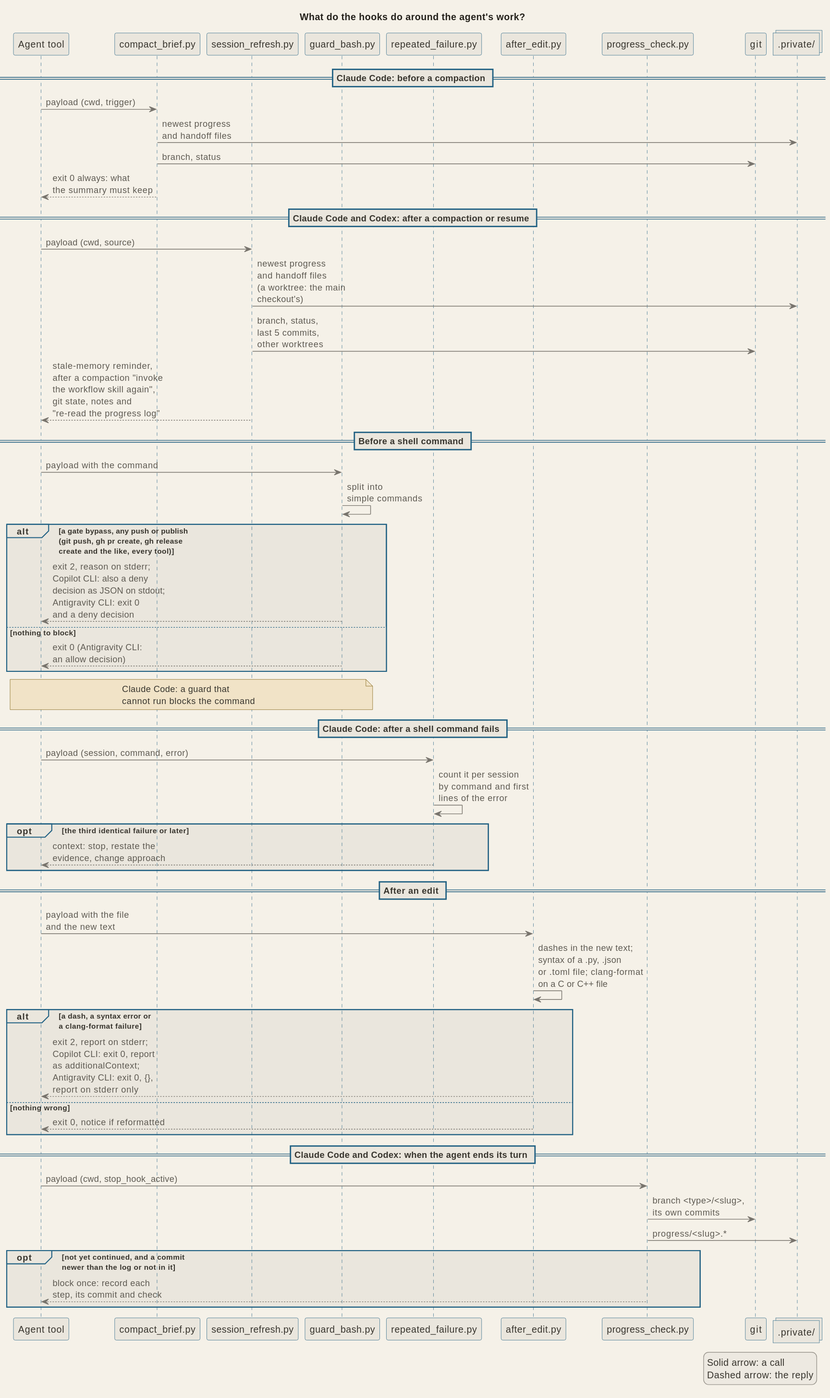
This is docs/diagrams/arch_hooks.svg from signorenne/dotagents, a PlantUML export, as it was before one commit.
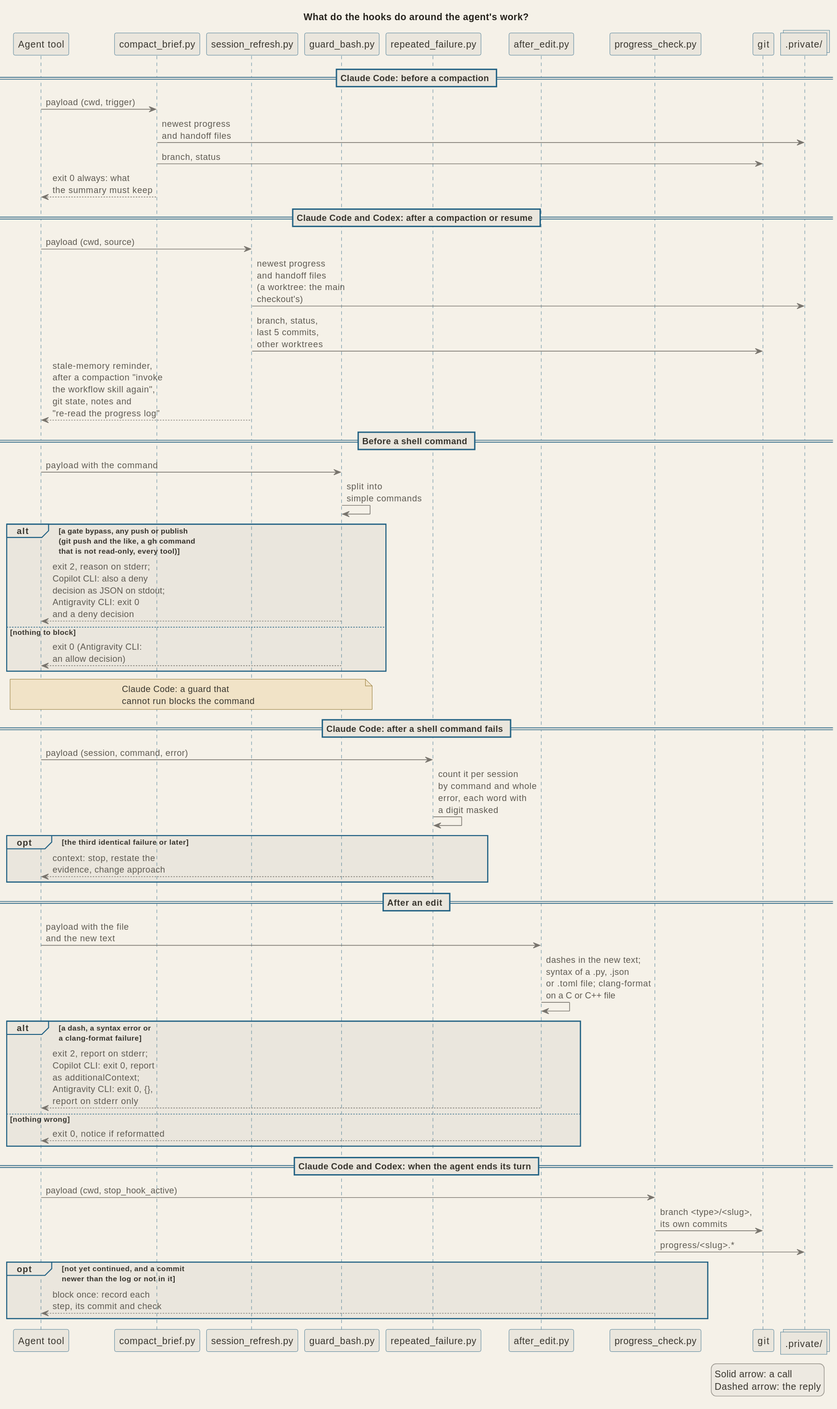
After the change.

Commit message:
docs(architecture): name the forms the guard does not inspect and fix the stale labels of the hooks diagram

Change to the diagram source:
```diff
@@ -27,7 +27,7 @@
 == Before a shell command ==
 tool -> guard : payload with the command
 guard -> guard : split into\nsimple commands
-alt a gate bypass, any push or publish\n(git push, gh pr create, gh release\ncreate and the like, every tool)
+alt a gate bypass, any push or publish\n(git push and the like, a gh command\nthat is not read-only, every tool)
   guard --> tool : exit 2, reason on stderr;\nCopilot CLI: also a deny\ndecision as JSON on stdout;\nAntigravity CLI: exit 0\nand a deny decision
 else nothing to block
   guard --> tool : exit 0 (Antigravity CLI:\nan allow decision)
@@ -36,7 +36,7 @@
 
 == Claude Code: after a shell command fails ==
 tool -> failure : payload (session, command, error)
-failure -> failure : count it per session\nby command and first\nlines of the error
+failure -> failure : count it per session\nby command and whole\nerror, each word with\na digit masked
 opt the third identical failure or later
   failure --> tool : context: stop, restate the\nevidence, change approach
 end
```
